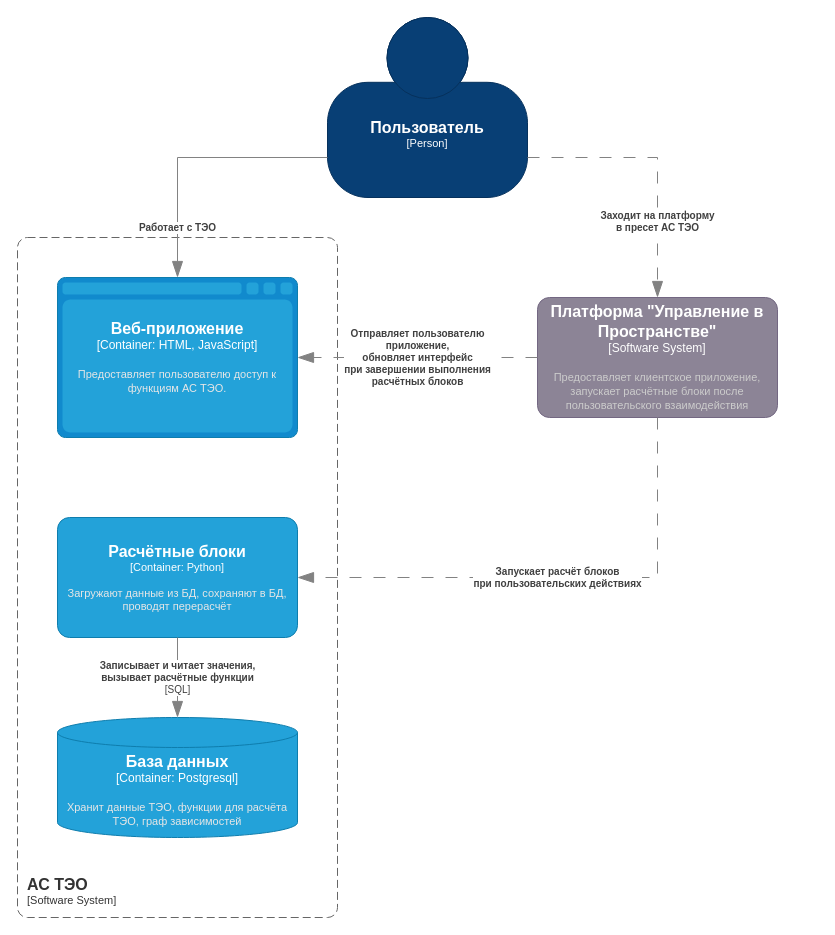
The draw.io diagram page "Container" (2 of 4) of Lab Work №2/src/C4.drawio in 16Shadows/hse-arch, before the edit. Source tidied: cells renumbered, new cells numbered last; positions are measured from the earlier drawing's top-left corner, leaving out a move shared by most shapes. Both pictures are drawn from the tidied source at 100%, with x=0, y=0 at pixel (17, 17).
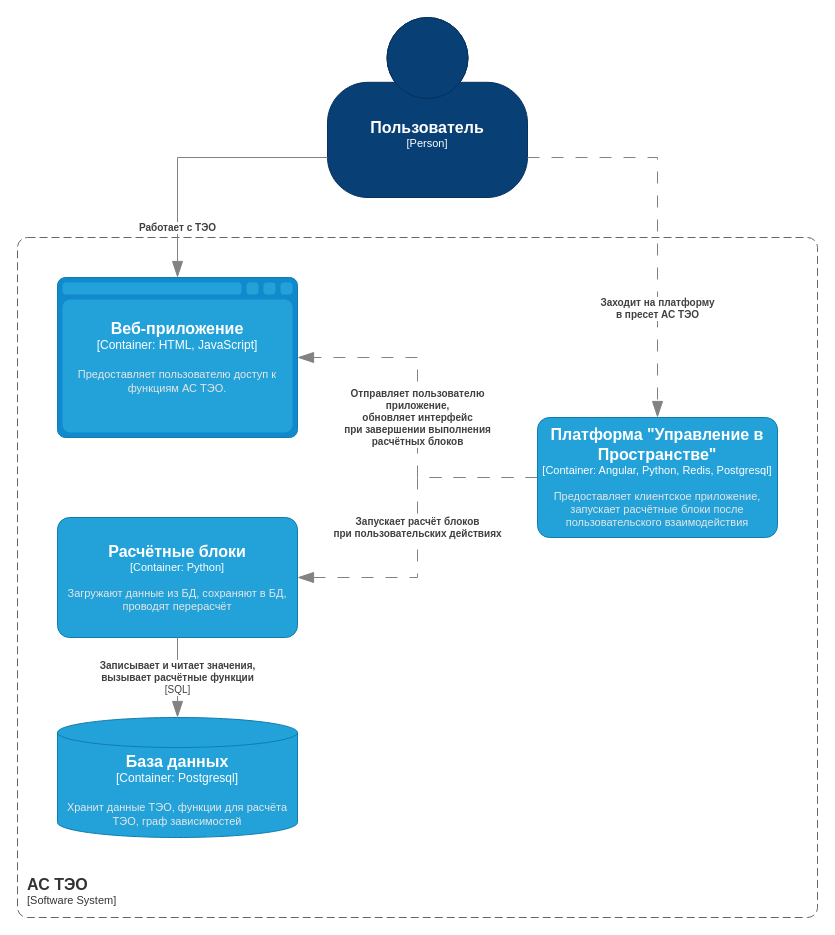
Above is the later version.

The change refers to these unchanged cells:
```xml
<object id="3" label="&lt;font style=&quot;font-size: 16px&quot;&gt;&lt;b&gt;%c4Name%&lt;/b&gt;&lt;/font&gt;&lt;div&gt;[%c4Type%]&lt;/div&gt;&lt;br&gt;&lt;div&gt;&lt;font style=&quot;font-size: 11px&quot;&gt;&lt;font color=&quot;#cccccc&quot;&gt;%c4Description%&lt;/font&gt;&lt;/div&gt;" c4Description="" c4Name="Пользователь" c4Type="Person" placeholders="1">
  <mxCell style="html=1;fontSize=11;dashed=0;whiteSpace=wrap;fillColor=#083F75;strokeColor=#06315C;fontColor=#ffffff;shape=mxgraph.c4.person2;align=center;points=[[0.5,0,0],[1,0.5,0],[1,0.75,0],[0.75,1,0],[0.5,1,0],[0.25,1,0],[0,0.75,0],[0,0.5,0]];" parent="1" vertex="1">
    <mxGeometry x="310" width="200" height="180" as="geometry" />
  </mxCell>
</object>
<object id="4" label="&lt;font style=&quot;font-size: 16px&quot;&gt;&lt;b&gt;%c4Name%&lt;/b&gt;&lt;/font&gt;&lt;div&gt;[%c4Type%:&amp;nbsp;%c4Technology%]&lt;/div&gt;&lt;br&gt;&lt;div&gt;&lt;font style=&quot;font-size: 11px&quot;&gt;&lt;font color=&quot;#E6E6E6&quot;&gt;%c4Description%&lt;/font&gt;&lt;/div&gt;" c4Description="Предоставляет пользователю доступ к функциям АС ТЭО." c4Name="Веб-приложение" c4Technology="HTML, JavaScript" c4Type="Container" placeholders="1">
  <mxCell style="shape=mxgraph.c4.webBrowserContainer2;whiteSpace=wrap;html=1;boundedLbl=1;rounded=0;labelBackgroundColor=none;strokeColor=#118ACD;fillColor=#23A2D9;strokeColor=#118ACD;strokeColor2=#0E7DAD;fontSize=12;fontColor=#ffffff;align=center;points=[[0.5,0,0],[1,0.25,0],[1,0.5,0],[1,0.75,0],[0.5,1,0],[0,0.75,0],[0,0.5,0],[0,0.25,0]];" parent="1" vertex="1">
    <mxGeometry x="40" y="260" width="240" height="160" as="geometry" />
  </mxCell>
</object>
<object id="6" label="&lt;font style=&quot;font-size: 16px&quot;&gt;&lt;b&gt;%c4Name%&lt;/b&gt;&lt;/font&gt;&lt;div&gt;[%c4Type%: %c4Technology%]&lt;/div&gt;&lt;br&gt;&lt;div&gt;&lt;font style=&quot;font-size: 11px&quot;&gt;&lt;font color=&quot;#E6E6E6&quot;&gt;%c4Description%&lt;/font&gt;&lt;/div&gt;" c4Description="Загружают данные из БД, сохраняют в БД, проводят перерасчёт" c4Name="Расчётные блоки" c4Technology="Python" c4Type="Container" placeholders="1">
  <mxCell style="rounded=1;whiteSpace=wrap;html=1;fontSize=11;labelBackgroundColor=none;fillColor=#23A2D9;fontColor=#ffffff;align=center;arcSize=10;strokeColor=#0E7DAD;points=[[0.25,0,0],[0.5,0,0],[0.75,0,0],[1,0.25,0],[1,0.5,0],[1,0.75,0],[0.75,1,0],[0.5,1,0],[0.25,1,0],[0,0.75,0],[0,0.5,0],[0,0.25,0]];" parent="1" vertex="1">
    <mxGeometry x="40" y="500" width="240" height="120" as="geometry" />
  </mxCell>
</object>
```

The edit, as a diff of the source:
```diff
@@
     <object id="2" label="&lt;font style=&quot;font-size: 16px&quot;&gt;&lt;b&gt;&lt;div style=&quot;text-align: left&quot;&gt;%c4Name%&lt;/div&gt;&lt;/b&gt;&lt;/font&gt;&lt;div style=&quot;text-align: left&quot;&gt;[%c4Application%]&lt;/div&gt;" c4Application="Software System" c4Name="АС ТЭО" placeholders="1">
       <mxCell style="rounded=1;fontSize=11;whiteSpace=wrap;html=1;dashed=1;arcSize=20;fillColor=none;strokeColor=#666666;fontColor=#333333;labelBackgroundColor=none;align=left;verticalAlign=bottom;labelBorderColor=none;spacingTop=0;spacing=10;dashPattern=8 4;perimeter=rectanglePerimeter;noLabel=0;labelPadding=0;absoluteArcSize=1;" parent="1" vertex="1">
-        <mxGeometry y="220" width="320" height="680" as="geometry" />
+        <mxGeometry y="220" width="800" height="680" as="geometry" />
       </mxCell>
     </object>
@@
-    <object id="7" label="&lt;font style=&quot;font-size: 16px&quot;&gt;&lt;b&gt;%c4Name%&lt;/b&gt;&lt;/font&gt;&lt;div&gt;[%c4Type%]&lt;/div&gt;&lt;br&gt;&lt;div&gt;&lt;font style=&quot;font-size: 11px&quot;&gt;&lt;font color=&quot;#cccccc&quot;&gt;%c4Description%&lt;/font&gt;&lt;/div&gt;" c4Description="Предоставляет клиентское приложение, запускает расчётные блоки после пользовательского взаимодействия" c4Name="Платформа &quot;Управление в Пространстве&quot;" c4Type="Software System" placeholders="1">
-      <mxCell style="rounded=1;whiteSpace=wrap;html=1;labelBackgroundColor=none;fillColor=#8C8496;fontColor=#ffffff;align=center;arcSize=10;strokeColor=#736782;points=[[0.25,0,0],[0.5,0,0],[0.75,0,0],[1,0.25,0],[1,0.5,0],[1,0.75,0],[0.75,1,0],[0.5,1,0],[0.25,1,0],[0,0.75,0],[0,0.5,0],[0,0.25,0]];" parent="1" vertex="1">
-        <mxGeometry x="520" y="280" width="240" height="120" as="geometry" />
-      </mxCell>
-    </object>
     <object id="8" label="&lt;div style=&quot;text-align: left&quot;&gt;&lt;div style=&quot;text-align: center&quot;&gt;&lt;b&gt;%c4Description%&lt;/b&gt;&lt;/div&gt;" c4Description="Заходит на платформу&#10;в пресет АС ТЭО" placeholders="1">
-      <mxCell style="endArrow=blockThin;html=1;fontSize=10;fontColor=#404040;strokeWidth=1;endFill=1;strokeColor=#828282;elbow=vertical;endSize=14;startSize=14;jumpStyle=arc;jumpSize=16;rounded=0;edgeStyle=orthogonalEdgeStyle;dashed=1;dashPattern=12 12;" parent="1" edge="1" source="3" target="7">
+      <mxCell style="endArrow=blockThin;html=1;fontSize=10;fontColor=#404040;strokeWidth=1;endFill=1;strokeColor=#828282;elbow=vertical;endSize=14;startSize=14;jumpStyle=arc;jumpSize=16;rounded=0;edgeStyle=orthogonalEdgeStyle;dashed=1;dashPattern=12 12;" parent="1" edge="1" source="3" target="13">
         <mxGeometry x="0.44" relative="1" as="geometry">
           <Array as="points">
             <mxPoint x="640" y="140" />
+            <mxPoint x="640" y="520" />
+            <mxPoint x="710" y="520" />
           </Array>
         </mxGeometry>
       </mxCell>
     </object>
     <object id="9" label="&lt;div style=&quot;text-align: left&quot;&gt;&lt;div style=&quot;text-align: center&quot;&gt;&lt;b&gt;%c4Description%&lt;/b&gt;&lt;/div&gt;" c4Description="Отправляет пользователю&#10;приложение,&#10;обновляет интерфейс&#10;при завершении выполнения&#10;расчётных блоков" placeholders="1">
-      <mxCell style="endArrow=blockThin;html=1;fontSize=10;fontColor=#404040;strokeWidth=1;endFill=1;strokeColor=#828282;elbow=vertical;endSize=14;startSize=14;jumpStyle=arc;jumpSize=16;rounded=0;edgeStyle=orthogonalEdgeStyle;dashed=1;dashPattern=12 12;" parent="1" edge="1" source="7" target="4">
+      <mxCell style="endArrow=blockThin;html=1;fontSize=10;fontColor=#404040;strokeWidth=1;endFill=1;strokeColor=#828282;elbow=vertical;endSize=14;startSize=14;jumpStyle=arc;jumpSize=16;rounded=0;edgeStyle=orthogonalEdgeStyle;dashed=1;dashPattern=12 12;" parent="1" edge="1" source="13" target="4">
         <mxGeometry relative="1" as="geometry" />
       </mxCell>
     </object>
     <object id="10" label="&lt;div style=&quot;text-align: left&quot;&gt;&lt;div style=&quot;text-align: center&quot;&gt;&lt;b&gt;%c4Description%&lt;/b&gt;&lt;/div&gt;" c4Description="Запускает расчёт блоков&#10;при пользовательских действиях" placeholders="1">
-      <mxCell style="endArrow=blockThin;html=1;fontSize=10;fontColor=#404040;strokeWidth=1;endFill=1;strokeColor=#828282;elbow=vertical;endSize=14;startSize=14;jumpStyle=arc;jumpSize=16;rounded=0;edgeStyle=orthogonalEdgeStyle;dashed=1;dashPattern=12 12;" parent="1" edge="1" source="7" target="6">
-        <mxGeometry relative="1" as="geometry">
-          <Array as="points">
-            <mxPoint x="640" y="560" />
-          </Array>
-        </mxGeometry>
+      <mxCell style="endArrow=blockThin;html=1;fontSize=10;fontColor=#404040;strokeWidth=1;endFill=1;strokeColor=#828282;elbow=vertical;endSize=14;startSize=14;jumpStyle=arc;jumpSize=16;rounded=0;edgeStyle=orthogonalEdgeStyle;dashed=1;dashPattern=12 12;" parent="1" edge="1" source="13" target="6">
+        <mxGeometry relative="1" as="geometry" />
       </mxCell>
     </object>
@@
+    <object id="13" label="&lt;font style=&quot;font-size: 16px&quot;&gt;&lt;b&gt;%c4Name%&lt;/b&gt;&lt;/font&gt;&lt;div&gt;[%c4Type%: %c4Technology%]&lt;/div&gt;&lt;br&gt;&lt;div&gt;&lt;font style=&quot;font-size: 11px&quot;&gt;&lt;font color=&quot;#E6E6E6&quot;&gt;%c4Description%&lt;/font&gt;&lt;/div&gt;" c4Description="Предоставляет клиентское приложение, запускает расчётные блоки после пользовательского взаимодействия" c4Name="Платформа &quot;Управление в Пространстве&quot;" c4Technology="Angular, Python, Redis, Postgresql" c4Type="Container" placeholders="1">
+      <mxCell style="rounded=1;whiteSpace=wrap;html=1;fontSize=11;labelBackgroundColor=none;fillColor=#23A2D9;fontColor=#ffffff;align=center;arcSize=10;strokeColor=#0E7DAD;points=[[0.25,0,0],[0.5,0,0],[0.75,0,0],[1,0.25,0],[1,0.5,0],[1,0.75,0],[0.75,1,0],[0.5,1,0],[0.25,1,0],[0,0.75,0],[0,0.5,0],[0,0.25,0]];" parent="1" vertex="1">
+        <mxGeometry x="520" y="400" width="240" height="120" as="geometry" />
+      </mxCell>
+    </object>
```
